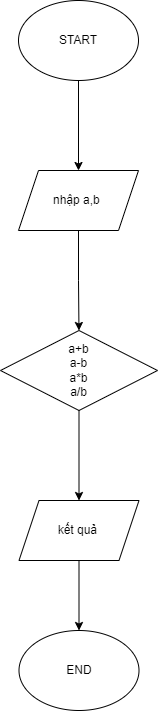
Earlier version of the draw.io export baitap7.png (Maihuy211/maivanhuy_eng24C_ngonngulaptrinhC_session01). Source tidied: cells renumbered, new cells last; positions are measured from the earlier drawing's top-left corner, leaving out a move shared by most shapes. Source of this version:
```xml
<mxGraphModel>
  <root>
    <mxCell id="0" />
    <mxCell id="1" parent="0" />
    <mxCell id="2" style="edgeStyle=orthogonalEdgeStyle;rounded=0;jettySize=auto;html=1;" parent="1" edge="1" source="3" target="5">
      <mxGeometry relative="1" as="geometry" />
    </mxCell>
    <mxCell id="3" value="START" style="ellipse;whiteSpace=wrap;html=1;" parent="1" vertex="1">
      <mxGeometry x="18" width="120" height="80" as="geometry" />
    </mxCell>
    <mxCell id="4" style="edgeStyle=orthogonalEdgeStyle;rounded=0;jettySize=auto;html=1;" parent="1" edge="1" source="5" target="7">
      <mxGeometry relative="1" as="geometry" />
    </mxCell>
    <mxCell id="5" value="nhập a,b&amp;nbsp;" style="shape=parallelogram;perimeter=parallelogramPerimeter;whiteSpace=wrap;html=1;fixedSize=1;" parent="1" vertex="1">
      <mxGeometry x="18" y="170" width="120" height="60" as="geometry" />
    </mxCell>
    <mxCell id="6" style="edgeStyle=orthogonalEdgeStyle;rounded=0;jettySize=auto;html=1;" parent="1" edge="1" source="7" target="8">
      <mxGeometry relative="1" as="geometry" />
    </mxCell>
    <mxCell id="7" value="a+b&lt;div&gt;a-b&lt;/div&gt;&lt;div&gt;a*b&lt;/div&gt;&lt;div&gt;a/b&lt;/div&gt;" style="rhombus;whiteSpace=wrap;html=1;" parent="1" vertex="1">
      <mxGeometry y="330" width="157" height="80" as="geometry" />
    </mxCell>
    <mxCell id="8" value="kết quả&amp;nbsp;" style="shape=parallelogram;perimeter=parallelogramPerimeter;whiteSpace=wrap;html=1;fixedSize=1;" parent="1" vertex="1">
      <mxGeometry x="18.5" y="500" width="120" height="60" as="geometry" />
    </mxCell>
    <mxCell id="9" value="END" style="ellipse;whiteSpace=wrap;html=1;" parent="1" vertex="1">
      <mxGeometry x="18.5" y="630" width="120" height="80" as="geometry" />
    </mxCell>
    <mxCell id="10" style="endArrow=classic;html=1;rounded=0;entryX=0.5;entryY=0;entryDx=0;entryDy=0;exitX=0.5;exitY=1;exitDx=0;exitDy=0;" parent="1" edge="1" source="8" target="9">
      <mxGeometry relative="1" as="geometry" />
    </mxCell>
  </root>
</mxGraphModel>
```
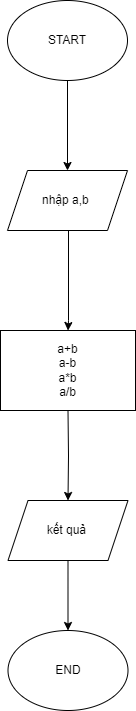
After the change.

Change to the diagram source:
```diff
@@ -8,18 +8,23 @@
     <mxCell id="3" value="START" style="ellipse;whiteSpace=wrap;html=1;" parent="1" vertex="1">
       <mxGeometry x="18" width="120" height="80" as="geometry" />
     </mxCell>
-    <mxCell id="4" style="edgeStyle=orthogonalEdgeStyle;rounded=0;jettySize=auto;html=1;" parent="1" edge="1" source="5" target="7">
-      <mxGeometry relative="1" as="geometry" />
+    <mxCell id="4" style="edgeStyle=orthogonalEdgeStyle;rounded=0;jettySize=auto;html=1;" parent="1" edge="1" source="5">
+      <mxGeometry relative="1" as="geometry">
+        <mxPoint x="78.5" y="330" as="targetPoint" />
+        <Array as="points">
+          <mxPoint x="79" y="320" />
+          <mxPoint x="79" y="320" />
+        </Array>
+      </mxGeometry>
     </mxCell>
     <mxCell id="5" value="nhập a,b&amp;nbsp;" style="shape=parallelogram;perimeter=parallelogramPerimeter;whiteSpace=wrap;html=1;fixedSize=1;" parent="1" vertex="1">
       <mxGeometry x="18" y="170" width="120" height="60" as="geometry" />
     </mxCell>
-    <mxCell id="6" style="edgeStyle=orthogonalEdgeStyle;rounded=0;jettySize=auto;html=1;" parent="1" edge="1" source="7" target="8">
-      <mxGeometry relative="1" as="geometry" />
+    <mxCell id="6" style="edgeStyle=orthogonalEdgeStyle;rounded=0;jettySize=auto;html=1;" parent="1" edge="1" target="8">
+      <mxGeometry relative="1" as="geometry">
+        <mxPoint x="78.5" y="410" as="sourcePoint" />
+      </mxGeometry>
     </mxCell>
-    <mxCell id="7" value="a+b&lt;div&gt;a-b&lt;/div&gt;&lt;div&gt;a*b&lt;/div&gt;&lt;div&gt;a/b&lt;/div&gt;" style="rhombus;whiteSpace=wrap;html=1;" parent="1" vertex="1">
-      <mxGeometry y="330" width="157" height="80" as="geometry" />
-    </mxCell>
     <mxCell id="8" value="kết quả&amp;nbsp;" style="shape=parallelogram;perimeter=parallelogramPerimeter;whiteSpace=wrap;html=1;fixedSize=1;" parent="1" vertex="1">
       <mxGeometry x="18.5" y="500" width="120" height="60" as="geometry" />
     </mxCell>
@@ -29,5 +34,8 @@
     <mxCell id="10" style="endArrow=classic;html=1;rounded=0;entryX=0.5;entryY=0;entryDx=0;entryDy=0;exitX=0.5;exitY=1;exitDx=0;exitDy=0;" parent="1" edge="1" source="8" target="9">
       <mxGeometry relative="1" as="geometry" />
     </mxCell>
+    <mxCell id="7" value="a+b&lt;div&gt;a-b&lt;/div&gt;&lt;div&gt;a*b&lt;/div&gt;&lt;div&gt;a/b&lt;/div&gt;" style="rounded=0;whiteSpace=wrap;html=1;" parent="1" vertex="1">
+      <mxGeometry x="11" y="330" width="135" height="80" as="geometry" />
+    </mxCell>
   </root>
 </mxGraphModel>
```
